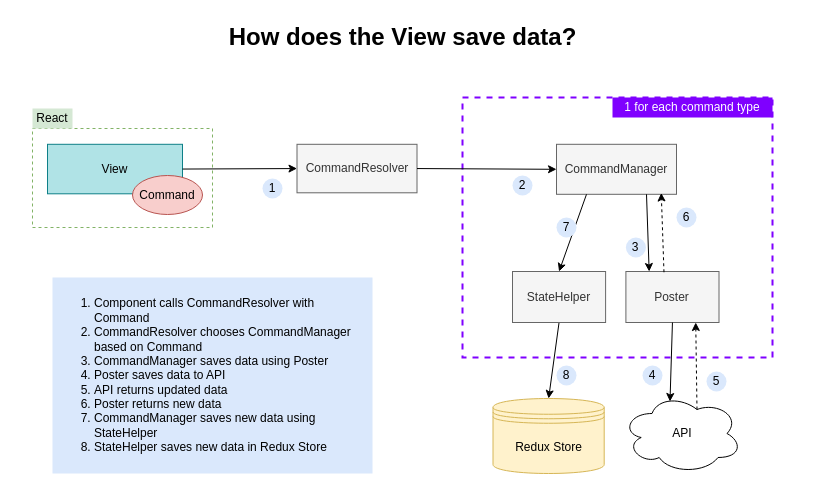
inmanta/web-console keeps this draw.io diagram as docs/design/img/view-command.drawio. Above is the earlier version. Source tidied: cells renumbered, new cells numbered last; positions are measured from the earlier drawing's top-left corner, leaving out a move shared by most shapes. Both pictures are drawn from the tidied source at 100%, with x=0, y=0 at pixel (32, 17).
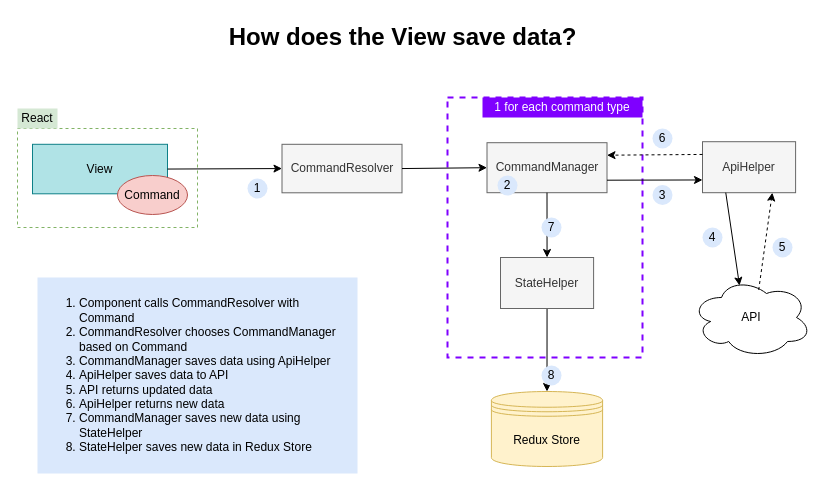
After the change.

The edit, as a diff of the source:
```diff
@@
     <mxCell id="2" style="rounded=0;whiteSpace=wrap;html=1;fontColor=#FFFFFF;strokeWidth=2;dashed=1;strokeColor=#7F00FF;fillColor=none;" parent="1" vertex="1">
-      <mxGeometry x="430" y="80" width="310" height="260" as="geometry" />
+      <mxGeometry x="415" y="80" width="195" height="260" as="geometry" />
     </mxCell>
     <mxCell id="3" style="rounded=0;whiteSpace=wrap;html=1;strokeColor=#82b366;strokeWidth=1;fillColor=none;dashed=1;" parent="1" vertex="1">
-      <mxGeometry y="111" width="180" height="99" as="geometry" />
+      <mxGeometry x="-15" y="111" width="180" height="99" as="geometry" />
     </mxCell>
     <mxCell id="4" value="CommandResolver" style="rounded=0;whiteSpace=wrap;html=1;fillColor=#f5f5f5;strokeColor=#666666;fontColor=#333333;" parent="1" vertex="1">
-      <mxGeometry x="264.5" y="126.8" width="120" height="48.5" as="geometry" />
+      <mxGeometry x="249.5" y="126.8" width="120" height="48.5" as="geometry" />
     </mxCell>
     <mxCell id="5" value="CommandManager" style="whiteSpace=wrap;html=1;rounded=0;fillColor=#f5f5f5;strokeColor=#666666;fontColor=#333333;" parent="1" vertex="1">
-      <mxGeometry x="524" y="126.8" width="120" height="50" as="geometry" />
+      <mxGeometry x="454.5" y="125.2" width="120" height="50" as="geometry" />
     </mxCell>
     <mxCell id="6" value="View" style="rounded=0;whiteSpace=wrap;html=1;fillColor=#b0e3e6;strokeColor=#0e8088;" parent="1" vertex="1">
-      <mxGeometry x="15" y="126.8" width="135" height="49.5" as="geometry" />
+      <mxGeometry y="126.8" width="135" height="49.5" as="geometry" />
     </mxCell>
     <mxCell id="7" value="1" style="ellipse;whiteSpace=wrap;html=1;strokeWidth=2;fillColor=#dae8fc;strokeColor=none;" parent="1" vertex="1">
-      <mxGeometry x="230" y="161" width="20" height="20" as="geometry" />
+      <mxGeometry x="215" y="161" width="20" height="20" as="geometry" />
     </mxCell>
@@
     <mxCell id="9" value="&lt;font style=&quot;font-size: 12px&quot;&gt;StateHelper&lt;/font&gt;" style="whiteSpace=wrap;html=1;rounded=0;fillColor=#f5f5f5;strokeColor=#666666;fontColor=#333333;" parent="1" vertex="1">
-      <mxGeometry x="480" y="254" width="93.1" height="51" as="geometry" />
+      <mxGeometry x="468" y="240" width="93.1" height="51" as="geometry" />
     </mxCell>
@@
     <mxCell id="13" value="&lt;font style=&quot;line-height: 120% ; font-size: 12px&quot;&gt;Redux Store&lt;/font&gt;" style="shape=datastore;whiteSpace=wrap;html=1;strokeWidth=1;fillColor=#fff2cc;strokeColor=#d6b656;" parent="1" vertex="1">
-      <mxGeometry x="460.5" y="381" width="111.2" height="75" as="geometry" />
+      <mxGeometry x="458.9" y="374" width="111.2" height="75" as="geometry" />
     </mxCell>
-    <mxCell id="14" style="endArrow=classic;html=1;exitX=0.25;exitY=1;exitDx=0;exitDy=0;entryX=0.5;entryY=0;entryDx=0;entryDy=0;" parent="1" edge="1" source="5" target="9">
+    <mxCell id="14" style="endArrow=classic;html=1;exitX=0.5;exitY=1;exitDx=0;exitDy=0;entryX=0.5;entryY=0;entryDx=0;entryDy=0;" parent="1" edge="1" source="5" target="9">
       <mxGeometry relative="1" as="geometry" />
     </mxCell>
     <mxCell id="15" value="1 for each command type" style="text;html=1;strokeColor=none;align=center;verticalAlign=middle;whiteSpace=wrap;rounded=0;dashed=1;fontColor=#FFFFFF;fillColor=#7F00FF;" parent="1" vertex="1">
-      <mxGeometry x="580" y="80" width="160" height="20" as="geometry" />
+      <mxGeometry x="450" y="80" width="160" height="20" as="geometry" />
     </mxCell>
-    <mxCell id="16" value="&lt;ol&gt;&lt;li&gt;Component calls CommandResolver with Command&lt;/li&gt;&lt;li&gt;CommandResolver chooses CommandManager based on Command&lt;/li&gt;&lt;li&gt;CommandManager saves data using Poster&lt;/li&gt;&lt;li&gt;Poster saves data to API&lt;/li&gt;&lt;li&gt;API returns updated data&lt;/li&gt;&lt;li&gt;Poster returns new data&lt;/li&gt;&lt;li&gt;CommandManager saves new data using StateHelper&lt;/li&gt;&lt;li&gt;StateHelper saves new data in Redux Store&lt;/li&gt;&lt;/ol&gt;" style="text;html=1;whiteSpace=wrap;verticalAlign=middle;overflow=hidden;strokeWidth=2;align=left;fillColor=#dae8fc;dashed=1;dashPattern=1 1;" parent="1" vertex="1">
-      <mxGeometry x="20" y="260" width="320" height="196" as="geometry" />
+    <mxCell id="16" value="&lt;ol&gt;&lt;li&gt;Component calls CommandResolver with Command&lt;/li&gt;&lt;li&gt;CommandResolver chooses CommandManager based on Command&lt;/li&gt;&lt;li&gt;CommandManager saves data using ApiHelper&lt;/li&gt;&lt;li&gt;ApiHelper saves data to API&lt;/li&gt;&lt;li&gt;API returns updated data&lt;/li&gt;&lt;li&gt;ApiHelper returns new data&lt;/li&gt;&lt;li&gt;CommandManager saves new data using StateHelper&lt;/li&gt;&lt;li&gt;StateHelper saves new data in Redux Store&lt;/li&gt;&lt;/ol&gt;" style="text;html=1;whiteSpace=wrap;verticalAlign=middle;overflow=hidden;strokeWidth=2;align=left;fillColor=#dae8fc;dashed=1;dashPattern=1 1;" parent="1" vertex="1">
+      <mxGeometry x="5" y="260" width="320" height="196" as="geometry" />
     </mxCell>
     <mxCell id="17" value="3" style="ellipse;whiteSpace=wrap;html=1;strokeWidth=2;fillColor=#dae8fc;strokeColor=none;" parent="1" vertex="1">
-      <mxGeometry x="593.4" y="220" width="20" height="20" as="geometry" />
+      <mxGeometry x="620" y="167.5" width="20" height="20" as="geometry" />
     </mxCell>
     <mxCell id="18" value="2" style="ellipse;whiteSpace=wrap;html=1;strokeWidth=2;fillColor=#dae8fc;strokeColor=none;" parent="1" vertex="1">
-      <mxGeometry x="480" y="158" width="20" height="20" as="geometry" />
+      <mxGeometry x="465" y="158" width="20" height="20" as="geometry" />
     </mxCell>
     <mxCell id="19" value="8" style="ellipse;whiteSpace=wrap;html=1;strokeWidth=2;fillColor=#dae8fc;strokeColor=none;" parent="1" vertex="1">
-      <mxGeometry x="524" y="348" width="20" height="20" as="geometry" />
+      <mxGeometry x="509" y="348" width="20" height="20" as="geometry" />
     </mxCell>
     <mxCell id="20" value="6" style="ellipse;whiteSpace=wrap;html=1;strokeWidth=2;fillColor=#dae8fc;strokeColor=none;" parent="1" vertex="1">
-      <mxGeometry x="644" y="190" width="20" height="20" as="geometry" />
+      <mxGeometry x="620" y="111" width="20" height="20" as="geometry" />
     </mxCell>
     <mxCell id="21" value="Command" style="ellipse;whiteSpace=wrap;html=1;strokeColor=#b85450;strokeWidth=1;fillColor=#f8cecc;" parent="1" vertex="1">
-      <mxGeometry x="100" y="158" width="70" height="39" as="geometry" />
+      <mxGeometry x="85" y="158" width="70" height="39" as="geometry" />
     </mxCell>
     <mxCell id="22" value="React" style="text;html=1;fillColor=#d5e8d4;align=center;verticalAlign=middle;whiteSpace=wrap;rounded=0;dashed=1;" parent="1" vertex="1">
-      <mxGeometry y="91" width="40" height="20" as="geometry" />
+      <mxGeometry x="-15" y="91" width="40" height="20" as="geometry" />
     </mxCell>
-    <mxCell id="23" value="&lt;font style=&quot;font-size: 12px&quot;&gt;Poster&lt;/font&gt;" style="whiteSpace=wrap;html=1;rounded=0;fillColor=#f5f5f5;strokeColor=#666666;fontColor=#333333;" parent="1" vertex="1">
-      <mxGeometry x="593.4" y="254" width="93.1" height="51" as="geometry" />
+    <mxCell id="23" value="&lt;font style=&quot;font-size: 12px&quot;&gt;ApiHelper&lt;/font&gt;" style="whiteSpace=wrap;html=1;rounded=0;fillColor=#f5f5f5;strokeColor=#666666;fontColor=#333333;" parent="1" vertex="1">
+      <mxGeometry x="670" y="124.2" width="93.1" height="51" as="geometry" />
     </mxCell>
     <mxCell id="24" value="API" style="ellipse;shape=cloud;whiteSpace=wrap;html=1;" parent="1" vertex="1">
-      <mxGeometry x="589.5" y="376" width="120" height="80" as="geometry" />
+      <mxGeometry x="659" y="260" width="120" height="80" as="geometry" />
     </mxCell>
-    <mxCell id="25" style="endArrow=classic;html=1;exitX=0.75;exitY=1;exitDx=0;exitDy=0;entryX=0.25;entryY=0;entryDx=0;entryDy=0;" parent="1" edge="1" source="5" target="23">
+    <mxCell id="25" style="endArrow=classic;html=1;exitX=1;exitY=0.75;exitDx=0;exitDy=0;entryX=0;entryY=0.75;entryDx=0;entryDy=0;" parent="1" edge="1" source="5" target="23">
       <mxGeometry relative="1" as="geometry" />
     </mxCell>
-    <mxCell id="26" style="endArrow=classic;html=1;exitX=0.5;exitY=1;exitDx=0;exitDy=0;entryX=0.4;entryY=0.1;entryDx=0;entryDy=0;entryPerimeter=0;" parent="1" edge="1" source="23" target="24">
+    <mxCell id="26" style="endArrow=classic;html=1;exitX=0.25;exitY=1;exitDx=0;exitDy=0;entryX=0.4;entryY=0.1;entryDx=0;entryDy=0;entryPerimeter=0;" parent="1" edge="1" source="23" target="24">
       <mxGeometry relative="1" as="geometry" />
     </mxCell>
-    <mxCell id="27" style="endArrow=classic;html=1;entryX=0.75;entryY=1;entryDx=0;entryDy=0;dashed=1;exitX=0.625;exitY=0.2;exitDx=0;exitDy=0;exitPerimeter=0;" parent="1" edge="1" source="24" target="23">
+    <mxCell id="27" style="endArrow=classic;html=1;entryX=0.75;entryY=1;entryDx=0;entryDy=0;dashed=1;exitX=0.56;exitY=0.155;exitDx=0;exitDy=0;exitPerimeter=0;" parent="1" edge="1" source="24" target="23">
       <mxGeometry relative="1" as="geometry" />
     </mxCell>
-    <mxCell id="28" style="endArrow=classic;html=1;entryX=0.873;entryY=0.974;entryDx=0;entryDy=0;exitX=0.409;exitY=0.015;exitDx=0;exitDy=0;dashed=1;entryPerimeter=0;exitPerimeter=0;" parent="1" edge="1" source="23" target="5">
+    <mxCell id="28" style="endArrow=classic;html=1;entryX=1;entryY=0.25;entryDx=0;entryDy=0;exitX=0;exitY=0.25;exitDx=0;exitDy=0;dashed=1;" parent="1" edge="1" source="23" target="5">
       <mxGeometry relative="1" as="geometry" />
     </mxCell>
     <mxCell id="29" value="4" style="ellipse;whiteSpace=wrap;html=1;strokeWidth=2;fillColor=#dae8fc;strokeColor=none;" parent="1" vertex="1">
-      <mxGeometry x="610" y="348" width="20" height="20" as="geometry" />
+      <mxGeometry x="670" y="210" width="20" height="20" as="geometry" />
     </mxCell>
     <mxCell id="30" value="5" style="ellipse;whiteSpace=wrap;html=1;strokeWidth=2;fillColor=#dae8fc;strokeColor=none;" parent="1" vertex="1">
-      <mxGeometry x="674" y="354" width="20" height="20" as="geometry" />
+      <mxGeometry x="740" y="220" width="20" height="20" as="geometry" />
     </mxCell>
     <mxCell id="31" value="7" style="ellipse;whiteSpace=wrap;html=1;strokeWidth=2;fillColor=#dae8fc;strokeColor=none;" parent="1" vertex="1">
-      <mxGeometry x="524" y="200" width="20" height="20" as="geometry" />
+      <mxGeometry x="509" y="200" width="20" height="20" as="geometry" />
     </mxCell>
```
